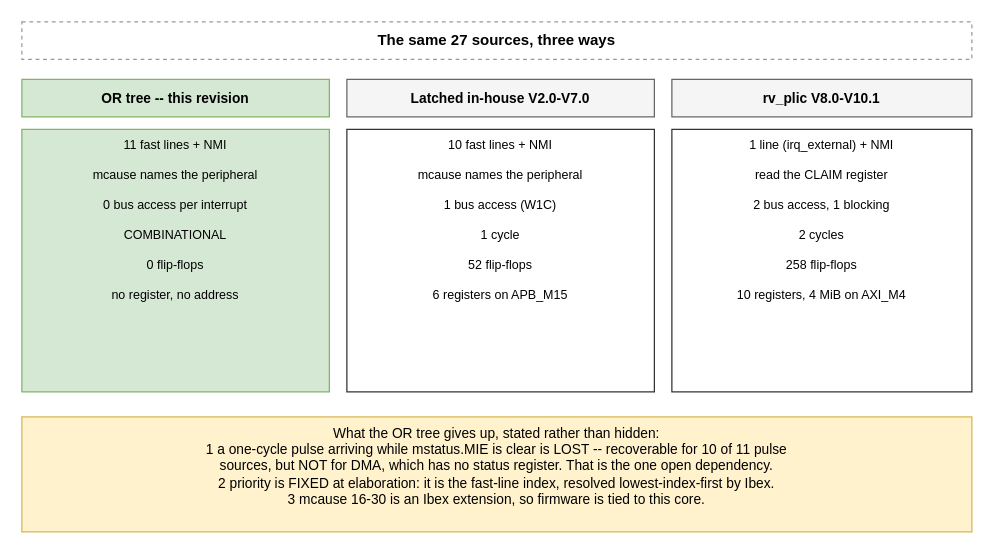
quynhonsemiconductor/vlsi_deep_training keeps this draw.io diagram as page "The three designs, and what this one trades" (2 of 2) of doc/drawio/QNSC_Interrupt_Map.drawio. Above is the earlier version. Source tidied: cells renumbered, new cells numbered last; positions are measured from the earlier drawing's top-left corner, leaving out a move shared by most shapes. Both pictures are drawn from the tidied source at 125%, with x=0, y=0 at pixel (21, 21).
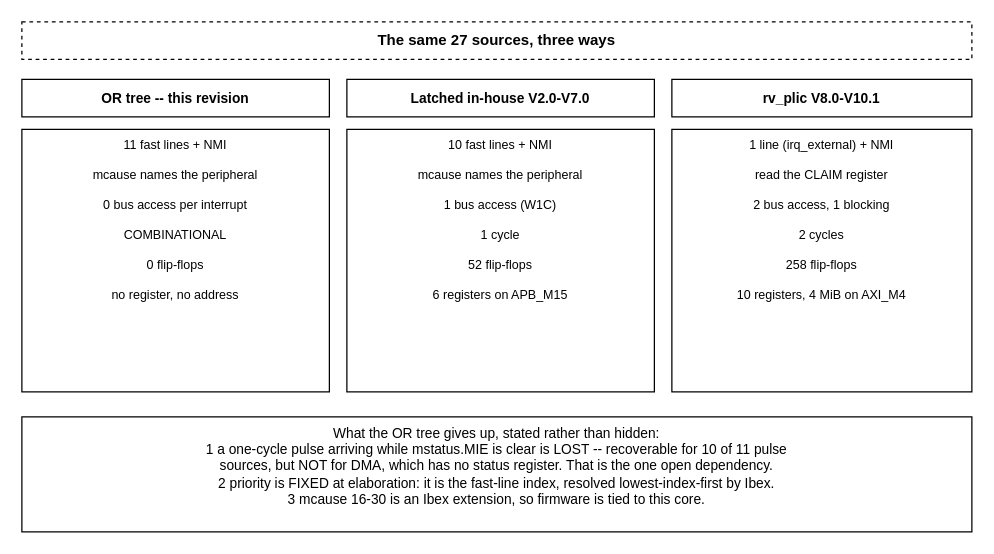
After the change.

What changed in the source:
```diff
@@
 <mxGraphModel>
   <root>
     <mxCell id="0" />
     <mxCell id="1" parent="0" />
-    <mxCell id="2" value="The same 27 sources, three ways" style="rounded=0;whiteSpace=wrap;html=1;fillColor=none;strokeColor=#999999;fontSize=12;dashed=1;fontStyle=1;verticalAlign=middle;" parent="1" vertex="1">
+    <mxCell id="2" value="The same 27 sources, three ways" style="rounded=0;whiteSpace=wrap;html=1;fillColor=none;strokeColor=#000000;fontSize=12;dashed=1;fontStyle=1;verticalAlign=middle;" parent="1" vertex="1">
       <mxGeometry width="760" height="30" as="geometry" />
     </mxCell>
-    <mxCell id="3" value="OR tree  --  this revision" style="rounded=0;whiteSpace=wrap;html=1;fillColor=#d5e8d4;strokeColor=#82b366;fontSize=11;dashed=0;fontStyle=1;verticalAlign=middle;" parent="1" vertex="1">
+    <mxCell id="3" value="OR tree  --  this revision" style="rounded=0;whiteSpace=wrap;html=1;fillColor=#ffffff;strokeColor=#000000;fontSize=11;dashed=0;fontStyle=1;verticalAlign=middle;" parent="1" vertex="1">
       <mxGeometry y="46" width="246" height="30" as="geometry" />
     </mxCell>
-    <mxCell id="4" value="Latched in-house  V2.0-V7.0" style="rounded=0;whiteSpace=wrap;html=1;fillColor=#f5f5f5;strokeColor=#666666;fontSize=11;dashed=0;fontStyle=1;verticalAlign=middle;" parent="1" vertex="1">
+    <mxCell id="4" value="Latched in-house  V2.0-V7.0" style="rounded=0;whiteSpace=wrap;html=1;fillColor=#ffffff;strokeColor=#000000;fontSize=11;dashed=0;fontStyle=1;verticalAlign=middle;" parent="1" vertex="1">
       <mxGeometry x="260" y="46" width="246" height="30" as="geometry" />
     </mxCell>
-    <mxCell id="5" value="rv_plic  V8.0-V10.1" style="rounded=0;whiteSpace=wrap;html=1;fillColor=#f5f5f5;strokeColor=#666666;fontSize=11;dashed=0;fontStyle=1;verticalAlign=middle;" parent="1" vertex="1">
+    <mxCell id="5" value="rv_plic  V8.0-V10.1" style="rounded=0;whiteSpace=wrap;html=1;fillColor=#ffffff;strokeColor=#000000;fontSize=11;dashed=0;fontStyle=1;verticalAlign=middle;" parent="1" vertex="1">
       <mxGeometry x="520" y="46" width="240" height="30" as="geometry" />
     </mxCell>
-    <mxCell id="6" value="11 fast lines + NMI&#10;&#10;mcause names the peripheral&#10;&#10;0 bus access per interrupt&#10;&#10;COMBINATIONAL&#10;&#10;0 flip-flops&#10;&#10;no register, no address" style="rounded=0;whiteSpace=wrap;html=1;fillColor=#d5e8d4;strokeColor=#82b366;fontSize=10;dashed=0;verticalAlign=top;" parent="1" vertex="1">
+    <mxCell id="6" value="11 fast lines + NMI&#10;&#10;mcause names the peripheral&#10;&#10;0 bus access per interrupt&#10;&#10;COMBINATIONAL&#10;&#10;0 flip-flops&#10;&#10;no register, no address" style="rounded=0;whiteSpace=wrap;html=1;fillColor=#ffffff;strokeColor=#000000;fontSize=10;dashed=0;verticalAlign=top;" parent="1" vertex="1">
       <mxGeometry y="86" width="246" height="210" as="geometry" />
     </mxCell>
-    <mxCell id="7" value="10 fast lines + NMI&#10;&#10;mcause names the peripheral&#10;&#10;1 bus access (W1C)&#10;&#10;1 cycle&#10;&#10;52 flip-flops&#10;&#10;6 registers on APB_M15" style="rounded=0;whiteSpace=wrap;html=1;fillColor=#ffffff;strokeColor=#333333;fontSize=10;dashed=0;verticalAlign=top;" parent="1" vertex="1">
+    <mxCell id="7" value="10 fast lines + NMI&#10;&#10;mcause names the peripheral&#10;&#10;1 bus access (W1C)&#10;&#10;1 cycle&#10;&#10;52 flip-flops&#10;&#10;6 registers on APB_M15" style="rounded=0;whiteSpace=wrap;html=1;fillColor=#ffffff;strokeColor=#000000;fontSize=10;dashed=0;verticalAlign=top;" parent="1" vertex="1">
       <mxGeometry x="260" y="86" width="246" height="210" as="geometry" />
     </mxCell>
-    <mxCell id="8" value="1 line (irq_external) + NMI&#10;&#10;read the CLAIM register&#10;&#10;2 bus access, 1 blocking&#10;&#10;2 cycles&#10;&#10;258 flip-flops&#10;&#10;10 registers, 4 MiB on AXI_M4" style="rounded=0;whiteSpace=wrap;html=1;fillColor=#ffffff;strokeColor=#333333;fontSize=10;dashed=0;verticalAlign=top;" parent="1" vertex="1">
+    <mxCell id="8" value="1 line (irq_external) + NMI&#10;&#10;read the CLAIM register&#10;&#10;2 bus access, 1 blocking&#10;&#10;2 cycles&#10;&#10;258 flip-flops&#10;&#10;10 registers, 4 MiB on AXI_M4" style="rounded=0;whiteSpace=wrap;html=1;fillColor=#ffffff;strokeColor=#000000;fontSize=10;dashed=0;verticalAlign=top;" parent="1" vertex="1">
       <mxGeometry x="520" y="86" width="240" height="210" as="geometry" />
     </mxCell>
-    <mxCell id="9" value="What the OR tree gives up, stated rather than hidden:&#10;1  a one-cycle pulse arriving while mstatus.MIE is clear is LOST -- recoverable for 10 of 11 pulse&#10;    sources, but NOT for DMA, which has no status register.  That is the one open dependency.&#10;2  priority is FIXED at elaboration: it is the fast-line index, resolved lowest-index-first by Ibex.&#10;3  mcause 16-30 is an Ibex extension, so firmware is tied to this core." style="rounded=0;whiteSpace=wrap;html=1;fillColor=#fff2cc;strokeColor=#d6b656;fontSize=11;dashed=0;verticalAlign=top;" parent="1" vertex="1">
+    <mxCell id="9" value="What the OR tree gives up, stated rather than hidden:&#10;1  a one-cycle pulse arriving while mstatus.MIE is clear is LOST -- recoverable for 10 of 11 pulse&#10;    sources, but NOT for DMA, which has no status register.  That is the one open dependency.&#10;2  priority is FIXED at elaboration: it is the fast-line index, resolved lowest-index-first by Ibex.&#10;3  mcause 16-30 is an Ibex extension, so firmware is tied to this core." style="rounded=0;whiteSpace=wrap;html=1;fillColor=#ffffff;strokeColor=#000000;fontSize=11;dashed=0;verticalAlign=top;" parent="1" vertex="1">
       <mxGeometry y="316" width="760" height="92" as="geometry" />
     </mxCell>
   </root>
 </mxGraphModel>
```
